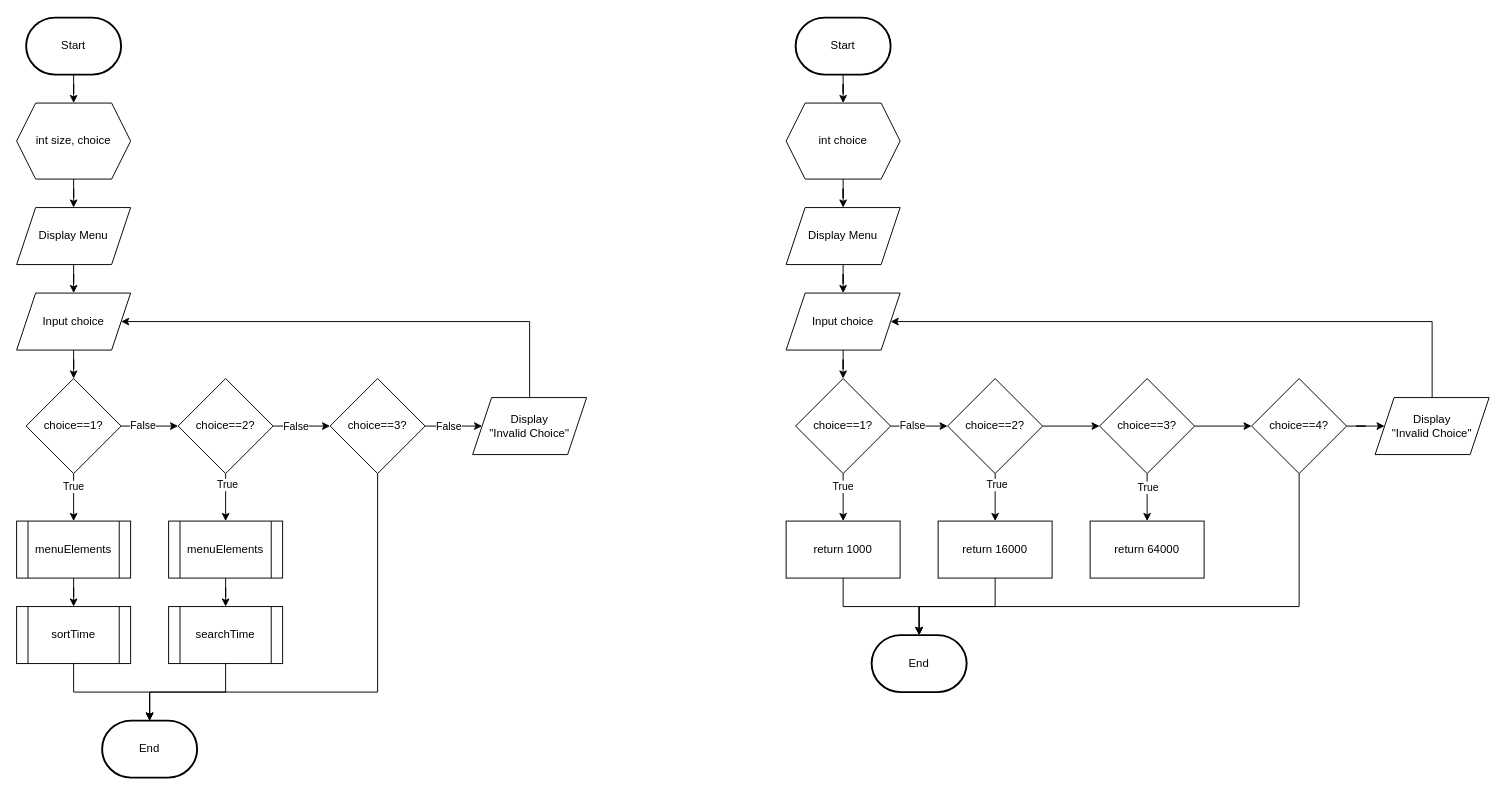
elikawicaksana/BuildIT_BasisData keeps this draw.io diagram as page "menu" (4 of 7) of Flowchart Modul 3.drawio. Above is the earlier version. Source tidied: cells renumbered, new cells numbered last; positions are measured from the earlier drawing's top-left corner, leaving out a move shared by most shapes. Both pictures are drawn from the tidied source at 95%, with x=0, y=0 at pixel (16, 17).
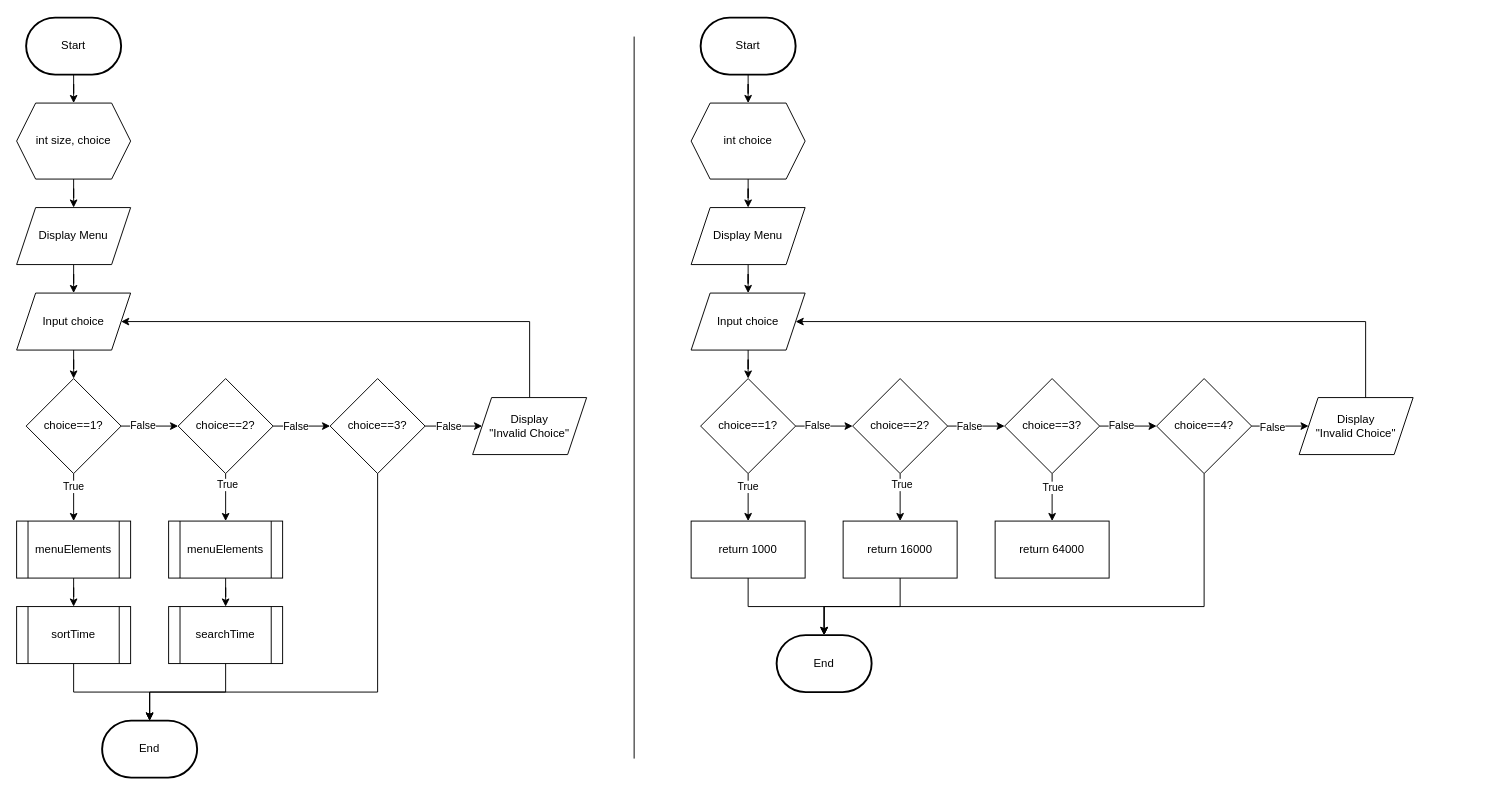
After the change.

The change refers to these unchanged cells:
```xml
<mxCell id="51" style="edgeStyle=orthogonalEdgeStyle;rounded=0;jettySize=auto;html=1;entryX=0;entryY=0.5;entryDx=0;entryDy=0;" parent="1" edge="1" source="52" target="61">
  <mxGeometry relative="1" as="geometry" />
</mxCell>
<mxCell id="53" style="edgeStyle=orthogonalEdgeStyle;rounded=0;jettySize=auto;html=1;entryX=0;entryY=0.5;entryDx=0;entryDy=0;" parent="1" edge="1" source="54" target="56">
  <mxGeometry relative="1" as="geometry" />
</mxCell>
<mxCell id="58" style="edgeStyle=orthogonalEdgeStyle;rounded=0;jettySize=auto;html=1;entryX=0;entryY=0.5;entryDx=0;entryDy=0;" parent="1" edge="1" source="61" target="54">
  <mxGeometry relative="1" as="geometry" />
</mxCell>
```

The edit, as a diff of the source:
```diff
@@
     <mxCell id="36" value="Start" style="strokeWidth=2;html=1;shape=mxgraph.flowchart.terminator;whiteSpace=wrap;" parent="1" vertex="1">
-      <mxGeometry x="820" width="100" height="60" as="geometry" />
+      <mxGeometry x="720" width="100" height="60" as="geometry" />
     </mxCell>
     <mxCell id="37" value="End" style="strokeWidth=2;html=1;shape=mxgraph.flowchart.terminator;whiteSpace=wrap;" parent="1" vertex="1">
-      <mxGeometry x="900" y="650" width="100" height="60" as="geometry" />
+      <mxGeometry x="800" y="650" width="100" height="60" as="geometry" />
     </mxCell>
@@
     <mxCell id="39" value="int choice" style="shape=hexagon;perimeter=hexagonPerimeter2;whiteSpace=wrap;html=1;fixedSize=1;" parent="1" vertex="1">
-      <mxGeometry x="810" y="90" width="120" height="80" as="geometry" />
+      <mxGeometry x="710" y="90" width="120" height="80" as="geometry" />
     </mxCell>
@@
     <mxCell id="41" value="Display Menu" style="shape=parallelogram;perimeter=parallelogramPerimeter;whiteSpace=wrap;html=1;fixedSize=1;" parent="1" vertex="1">
-      <mxGeometry x="810" y="200" width="120" height="60" as="geometry" />
+      <mxGeometry x="710" y="200" width="120" height="60" as="geometry" />
     </mxCell>
@@
     <mxCell id="43" value="Input choice" style="shape=parallelogram;perimeter=parallelogramPerimeter;whiteSpace=wrap;html=1;fixedSize=1;" parent="1" vertex="1">
-      <mxGeometry x="810" y="290" width="120" height="60" as="geometry" />
+      <mxGeometry x="710" y="290" width="120" height="60" as="geometry" />
     </mxCell>
@@
     <mxCell id="48" value="choice==1?" style="rhombus;whiteSpace=wrap;html=1;" parent="1" vertex="1">
-      <mxGeometry x="820" y="380" width="100" height="100" as="geometry" />
+      <mxGeometry x="720" y="380" width="100" height="100" as="geometry" />
     </mxCell>
@@
+    <mxCell id="67" value="False" style="edgeLabel;html=1;align=center;verticalAlign=middle;" parent="51" vertex="1">
+      <mxGeometry x="-0.28" relative="1" as="geometry" />
+    </mxCell>
     <mxCell id="52" value="choice==2?" style="rhombus;whiteSpace=wrap;html=1;" parent="1" vertex="1">
-      <mxGeometry x="980" y="380" width="100" height="100" as="geometry" />
+      <mxGeometry x="880" y="380" width="100" height="100" as="geometry" />
     </mxCell>
@@
+    <mxCell id="68" value="False" style="edgeLabel;html=1;align=center;verticalAlign=middle;" parent="53" vertex="1">
+      <mxGeometry x="-0.3" y="-1" relative="1" as="geometry" />
+    </mxCell>
     <mxCell id="54" value="choice==4?" style="rhombus;whiteSpace=wrap;html=1;" parent="1" vertex="1">
-      <mxGeometry x="1300" y="380" width="100" height="100" as="geometry" />
+      <mxGeometry x="1200" y="380" width="100" height="100" as="geometry" />
     </mxCell>
-    <mxCell id="55" style="edgeStyle=orthogonalEdgeStyle;rounded=0;jettySize=auto;html=1;entryX=1;entryY=0.5;entryDx=0;entryDy=0;" parent="1" edge="1" source="56" target="43">
+    <mxCell id="55" style="edgeStyle=orthogonalEdgeStyle;rounded=0;jettySize=auto;html=1;entryX=1;entryY=0.5;entryDx=0;entryDy=0;exitX=0.572;exitY=0.018;exitDx=0;exitDy=0;exitPerimeter=0;" parent="1" edge="1" source="56" target="43">
       <mxGeometry relative="1" as="geometry">
         <Array as="points">
-          <mxPoint x="1490" y="320" />
+          <mxPoint x="1420" y="401" />
+          <mxPoint x="1420" y="320" />
         </Array>
       </mxGeometry>
     </mxCell>
     <mxCell id="56" value="Display&lt;br&gt;&quot;Invalid Choice&quot;" style="shape=parallelogram;perimeter=parallelogramPerimeter;whiteSpace=wrap;html=1;fixedSize=1;" parent="1" vertex="1">
-      <mxGeometry x="1430" y="400" width="120" height="60" as="geometry" />
+      <mxGeometry x="1350" y="400" width="120" height="60" as="geometry" />
     </mxCell>
     <mxCell id="57" style="edgeStyle=orthogonalEdgeStyle;rounded=0;jettySize=auto;html=1;entryX=0.5;entryY=0;entryDx=0;entryDy=0;entryPerimeter=0;" parent="1" edge="1" source="54" target="37">
       <mxGeometry relative="1" as="geometry">
         <Array as="points">
-          <mxPoint x="1350" y="620" />
-          <mxPoint x="950" y="620" />
+          <mxPoint x="1250" y="620" />
+          <mxPoint x="850" y="620" />
         </Array>
       </mxGeometry>
     </mxCell>
@@
+    <mxCell id="69" value="False" style="edgeLabel;html=1;align=center;verticalAlign=middle;" parent="58" vertex="1">
+      <mxGeometry x="-0.28" y="1" relative="1" as="geometry" />
+    </mxCell>
@@
     <mxCell id="61" value="choice==3?" style="rhombus;whiteSpace=wrap;html=1;" parent="1" vertex="1">
-      <mxGeometry x="1140" y="380" width="100" height="100" as="geometry" />
+      <mxGeometry x="1040" y="380" width="100" height="100" as="geometry" />
     </mxCell>
     <mxCell id="62" value="return 1000" style="rounded=0;whiteSpace=wrap;html=1;" parent="1" vertex="1">
-      <mxGeometry x="810" y="530" width="120" height="60" as="geometry" />
+      <mxGeometry x="710" y="530" width="120" height="60" as="geometry" />
     </mxCell>
     <mxCell id="63" value="return 16000" style="rounded=0;whiteSpace=wrap;html=1;" parent="1" vertex="1">
-      <mxGeometry x="970" y="530" width="120" height="60" as="geometry" />
+      <mxGeometry x="870" y="530" width="120" height="60" as="geometry" />
     </mxCell>
@@
     <mxCell id="66" value="return 64000" style="rounded=0;whiteSpace=wrap;html=1;" parent="1" vertex="1">
-      <mxGeometry x="1130" y="530" width="120" height="60" as="geometry" />
+      <mxGeometry x="1030" y="530" width="120" height="60" as="geometry" />
     </mxCell>
+    <mxCell id="70" style="endArrow=none;html=1;rounded=0;" parent="1" edge="1">
+      <mxGeometry relative="1" as="geometry">
+        <mxPoint x="650" y="20" as="sourcePoint" />
+        <mxPoint x="650" y="780" as="targetPoint" />
+      </mxGeometry>
+    </mxCell>
```
